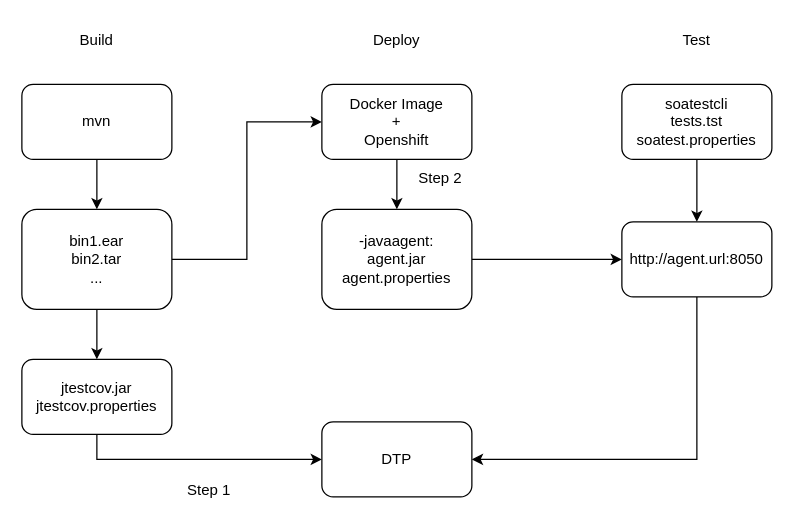
gtrofimov/draw-io-projects keeps this draw.io diagram as cc_poc_mono.drawio. Above is the earlier version. Source tidied: cells renumbered, new cells numbered last; positions are measured from the earlier drawing's top-left corner, leaving out a move shared by most shapes. Both pictures are drawn from the tidied source at 125%, with x=0, y=0 at pixel (21, 21).
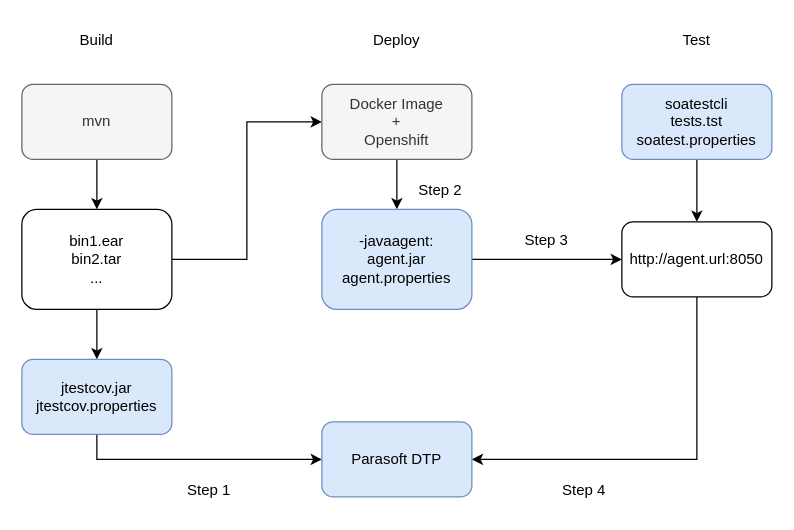
Above is the later version.

Diff of the diagram source:
```diff
@@
-    <mxCell id="6" value="mvn" style="rounded=1;whiteSpace=wrap;html=1;" parent="1" vertex="1">
+    <mxCell id="6" value="mvn" style="rounded=1;whiteSpace=wrap;html=1;fillColor=#f5f5f5;fontColor=#333333;strokeColor=#666666;" parent="1" vertex="1">
       <mxGeometry y="50" width="120" height="60" as="geometry" />
     </mxCell>
@@
-    <mxCell id="9" value="Docker Image&lt;div&gt;+&lt;br&gt;Openshift&lt;/div&gt;" style="rounded=1;whiteSpace=wrap;html=1;" parent="1" vertex="1">
+    <mxCell id="9" value="Docker Image&lt;div&gt;+&lt;br&gt;Openshift&lt;/div&gt;" style="rounded=1;whiteSpace=wrap;html=1;fillColor=#f5f5f5;fontColor=#333333;strokeColor=#666666;" parent="1" vertex="1">
       <mxGeometry x="240" y="50" width="120" height="60" as="geometry" />
     </mxCell>
@@
-    <mxCell id="11" value="soatestcli&lt;div&gt;tests.tst&lt;br&gt;&lt;div&gt;soatest.properties&lt;/div&gt;&lt;/div&gt;" style="rounded=1;whiteSpace=wrap;html=1;" parent="1" vertex="1">
+    <mxCell id="11" value="soatestcli&lt;div&gt;tests.tst&lt;br&gt;&lt;div&gt;soatest.properties&lt;/div&gt;&lt;/div&gt;" style="rounded=1;whiteSpace=wrap;html=1;fillColor=#dae8fc;strokeColor=#6c8ebf;" parent="1" vertex="1">
       <mxGeometry x="480" y="50" width="120" height="60" as="geometry" />
     </mxCell>
@@
-    <mxCell id="15" value="jtestcov.jar&lt;div&gt;jtestcov.properties&lt;/div&gt;" style="rounded=1;whiteSpace=wrap;html=1;" parent="1" vertex="1">
+    <mxCell id="15" value="jtestcov.jar&lt;div&gt;jtestcov.properties&lt;/div&gt;" style="rounded=1;whiteSpace=wrap;html=1;fillColor=#dae8fc;strokeColor=#6c8ebf;" parent="1" vertex="1">
       <mxGeometry y="270" width="120" height="60" as="geometry" />
     </mxCell>
@@
-    <mxCell id="17" value="-javaagent:&lt;div&gt;agent.jar&lt;div&gt;agent.properties&lt;/div&gt;&lt;/div&gt;" style="rounded=1;whiteSpace=wrap;html=1;" parent="1" vertex="1">
+    <mxCell id="17" value="-javaagent:&lt;div&gt;agent.jar&lt;div&gt;agent.properties&lt;/div&gt;&lt;/div&gt;" style="rounded=1;whiteSpace=wrap;html=1;fillColor=#dae8fc;strokeColor=#6c8ebf;" parent="1" vertex="1">
       <mxGeometry x="240" y="150" width="120" height="80" as="geometry" />
     </mxCell>
@@
-    <mxCell id="20" value="DTP" style="rounded=1;whiteSpace=wrap;html=1;" parent="1" vertex="1">
+    <mxCell id="20" value="Parasoft DTP" style="rounded=1;whiteSpace=wrap;html=1;fillColor=#dae8fc;strokeColor=#6c8ebf;" parent="1" vertex="1">
       <mxGeometry x="240" y="320" width="120" height="60" as="geometry" />
     </mxCell>
@@
     <mxCell id="22" value="Step 2" style="text;html=1;align=center;verticalAlign=middle;whiteSpace=wrap;rounded=0;" parent="1" vertex="1">
-      <mxGeometry x="305" y="110" width="60" height="30" as="geometry" />
+      <mxGeometry x="305" y="120" width="60" height="30" as="geometry" />
     </mxCell>
+    <mxCell id="23" value="Step 3" style="text;html=1;align=center;verticalAlign=middle;whiteSpace=wrap;rounded=0;" parent="1" vertex="1">
+      <mxGeometry x="390" y="160" width="60" height="30" as="geometry" />
+    </mxCell>
+    <mxCell id="24" value="Step 4" style="text;html=1;align=center;verticalAlign=middle;whiteSpace=wrap;rounded=0;" parent="1" vertex="1">
+      <mxGeometry x="420" y="360" width="60" height="30" as="geometry" />
+    </mxCell>
```
